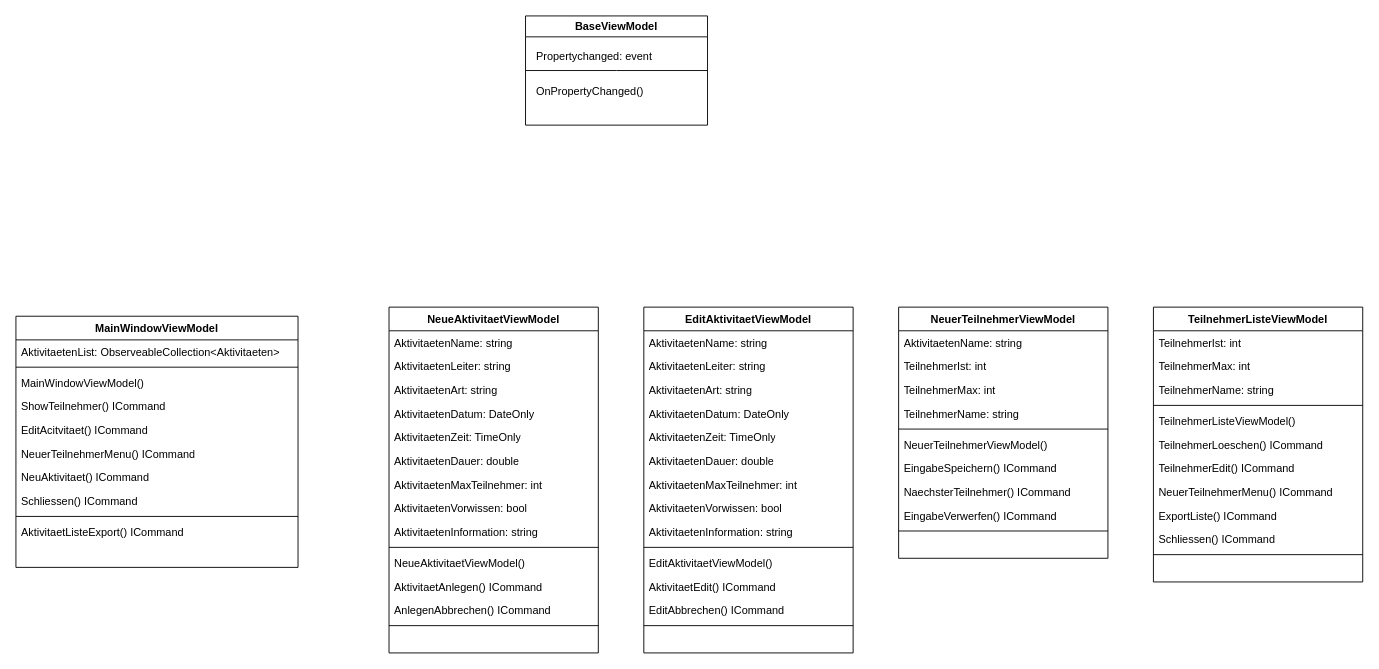
mastapetz/CVAVT keeps this draw.io diagram as CVAVT/Diagrams/UML_erweitert.drawio. Above is the earlier version. Source tidied: cells renumbered, new cells numbered last; positions are measured from the earlier drawing's top-left corner, leaving out a move shared by most shapes. Both pictures are drawn from the tidied source at 91%, with x=0, y=0 at pixel (15, 15).
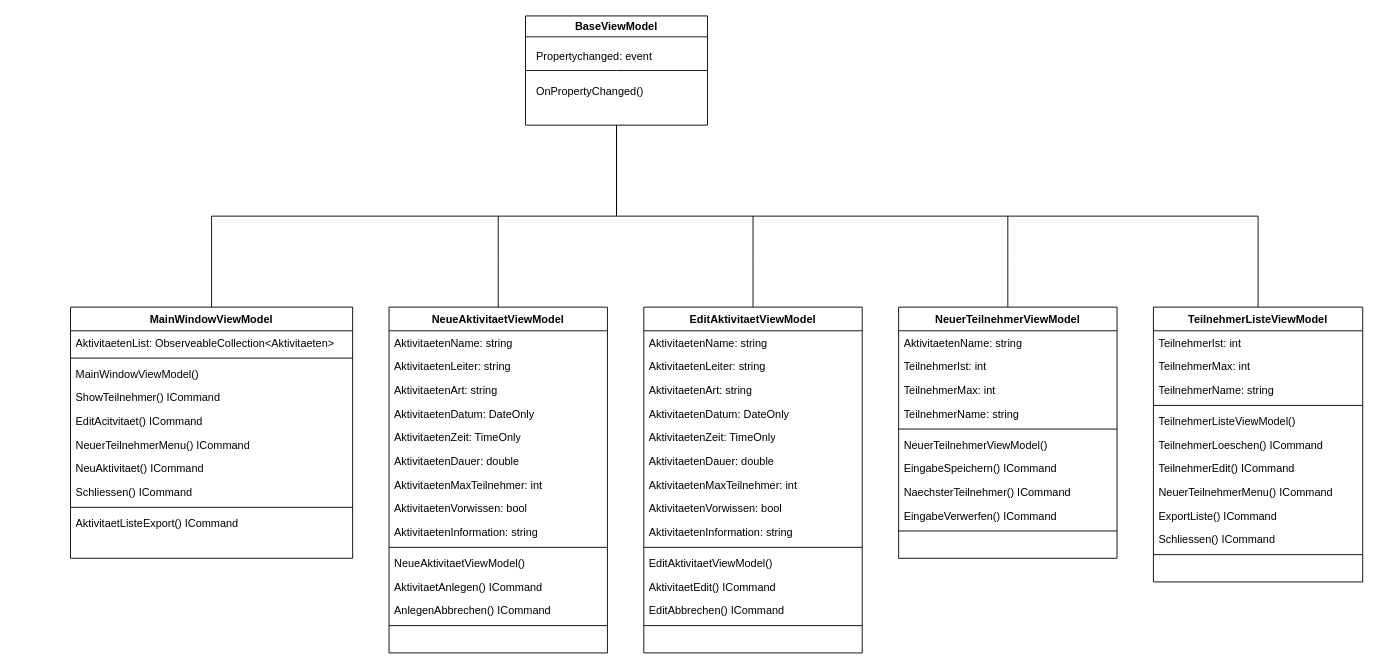
Above is the later version.

Commit message:
UML Erweiteret vorläufig abschluss

Unchanged cells that the change refers to:
```xml
<mxCell id="2" value="BaseViewModel" style="swimlane;whiteSpace=wrap;html=1;" parent="1" vertex="1">
  <mxGeometry x="560" width="200" height="120" as="geometry" />
</mxCell>
<mxCell id="62" value="TeilnehmerListeViewModel" style="swimlane;fontStyle=1;align=center;verticalAlign=top;horizontal=1;startSize=26;whiteSpace=wrap;html=1;" parent="1" vertex="1">
  <mxGeometry x="1250" y="320" width="230" height="302" as="geometry" />
</mxCell>
```

Diff of the diagram source:
```diff
@@
+    <mxCell id="75" style="edgeStyle=orthogonalEdgeStyle;rounded=0;jettySize=auto;html=1;exitX=0.5;exitY=0;exitDx=0;exitDy=0;endArrow=none;endFill=0;" parent="1" edge="1" source="6">
+      <mxGeometry relative="1" as="geometry">
+        <mxPoint x="530" y="220" as="targetPoint" />
+      </mxGeometry>
+    </mxCell>
     <mxCell id="6" value="NeueAktivitaetViewModel" style="swimlane;fontStyle=1;align=center;verticalAlign=top;horizontal=1;startSize=26;whiteSpace=wrap;html=1;" parent="1" vertex="1">
-      <mxGeometry x="410" y="320" width="230" height="380" as="geometry" />
+      <mxGeometry x="410" y="320" width="240" height="380" as="geometry" />
     </mxCell>
     <mxCell id="7" value="AktivitaetenName: string" style="text;strokeColor=none;fillColor=none;align=left;verticalAlign=top;spacingLeft=4;spacingRight=4;overflow=hidden;whiteSpace=wrap;html=1;" parent="6" vertex="1">
-      <mxGeometry y="26" width="230" height="26" as="geometry" />
+      <mxGeometry y="26" width="240" height="26" as="geometry" />
     </mxCell>
     <mxCell id="8" value="AktivitaetenLeiter: string" style="text;strokeColor=none;fillColor=none;align=left;verticalAlign=top;spacingLeft=4;spacingRight=4;overflow=hidden;whiteSpace=wrap;html=1;" parent="6" vertex="1">
-      <mxGeometry y="52" width="230" height="26" as="geometry" />
+      <mxGeometry y="52" width="240" height="26" as="geometry" />
     </mxCell>
     <mxCell id="9" value="AktivitaetenArt: string" style="text;strokeColor=none;fillColor=none;align=left;verticalAlign=top;spacingLeft=4;spacingRight=4;overflow=hidden;whiteSpace=wrap;html=1;" parent="6" vertex="1">
-      <mxGeometry y="78" width="230" height="26" as="geometry" />
+      <mxGeometry y="78" width="240" height="26" as="geometry" />
     </mxCell>
     <mxCell id="10" value="AktivitaetenDatum: DateOnly" style="text;strokeColor=none;fillColor=none;align=left;verticalAlign=top;spacingLeft=4;spacingRight=4;overflow=hidden;whiteSpace=wrap;html=1;" parent="6" vertex="1">
-      <mxGeometry y="104" width="230" height="26" as="geometry" />
+      <mxGeometry y="104" width="240" height="26" as="geometry" />
     </mxCell>
     <mxCell id="11" value="AktivitaetenZeit: TimeOnly" style="text;strokeColor=none;fillColor=none;align=left;verticalAlign=top;spacingLeft=4;spacingRight=4;overflow=hidden;whiteSpace=wrap;html=1;" parent="6" vertex="1">
-      <mxGeometry y="130" width="230" height="26" as="geometry" />
+      <mxGeometry y="130" width="240" height="26" as="geometry" />
     </mxCell>
     <mxCell id="12" value="AktivitaetenDauer: double" style="text;strokeColor=none;fillColor=none;align=left;verticalAlign=top;spacingLeft=4;spacingRight=4;overflow=hidden;whiteSpace=wrap;html=1;" parent="6" vertex="1">
-      <mxGeometry y="156" width="230" height="26" as="geometry" />
+      <mxGeometry y="156" width="240" height="26" as="geometry" />
     </mxCell>
     <mxCell id="13" value="AktivitaetenMaxTeilnehmer: int" style="text;strokeColor=none;fillColor=none;align=left;verticalAlign=top;spacingLeft=4;spacingRight=4;overflow=hidden;whiteSpace=wrap;html=1;" parent="6" vertex="1">
-      <mxGeometry y="182" width="230" height="26" as="geometry" />
+      <mxGeometry y="182" width="240" height="26" as="geometry" />
     </mxCell>
     <mxCell id="14" value="AktivitaetenVorwissen: bool" style="text;strokeColor=none;fillColor=none;align=left;verticalAlign=top;spacingLeft=4;spacingRight=4;overflow=hidden;whiteSpace=wrap;html=1;" parent="6" vertex="1">
-      <mxGeometry y="208" width="230" height="26" as="geometry" />
+      <mxGeometry y="208" width="240" height="26" as="geometry" />
     </mxCell>
     <mxCell id="15" value="AktivitaetenInformation: string" style="text;strokeColor=none;fillColor=none;align=left;verticalAlign=top;spacingLeft=4;spacingRight=4;overflow=hidden;whiteSpace=wrap;html=1;" parent="6" vertex="1">
-      <mxGeometry y="234" width="230" height="26" as="geometry" />
+      <mxGeometry y="234" width="240" height="26" as="geometry" />
     </mxCell>
     <mxCell id="16" style="line;strokeWidth=1;fillColor=none;align=left;verticalAlign=middle;spacingTop=-1;spacingLeft=3;spacingRight=3;labelPosition=right;strokeColor=inherit;" parent="6" vertex="1">
-      <mxGeometry y="260" width="230" height="8" as="geometry" />
+      <mxGeometry y="260" width="240" height="8" as="geometry" />
     </mxCell>
     <mxCell id="17" value="NeueAktivitaetViewModel()" style="text;strokeColor=none;fillColor=none;align=left;verticalAlign=top;spacingLeft=4;spacingRight=4;overflow=hidden;whiteSpace=wrap;html=1;" parent="6" vertex="1">
-      <mxGeometry y="268" width="230" height="26" as="geometry" />
+      <mxGeometry y="268" width="240" height="26" as="geometry" />
     </mxCell>
     <mxCell id="18" value="AktivitaetAnlegen() ICommand" style="text;strokeColor=none;fillColor=none;align=left;verticalAlign=top;spacingLeft=4;spacingRight=4;overflow=hidden;whiteSpace=wrap;html=1;" parent="6" vertex="1">
-      <mxGeometry y="294" width="230" height="26" as="geometry" />
+      <mxGeometry y="294" width="240" height="26" as="geometry" />
     </mxCell>
     <mxCell id="19" value="AnlegenAbbrechen() ICommand" style="text;strokeColor=none;fillColor=none;align=left;verticalAlign=top;spacingLeft=4;spacingRight=4;overflow=hidden;whiteSpace=wrap;html=1;" parent="6" vertex="1">
-      <mxGeometry y="320" width="230" height="26" as="geometry" />
+      <mxGeometry y="320" width="240" height="26" as="geometry" />
     </mxCell>
     <mxCell id="20" style="line;strokeWidth=1;fillColor=none;align=left;verticalAlign=middle;spacingTop=-1;spacingLeft=3;spacingRight=3;labelPosition=right;strokeColor=inherit;" parent="6" vertex="1">
-      <mxGeometry y="346" width="230" height="8" as="geometry" />
+      <mxGeometry y="346" width="240" height="8" as="geometry" />
     </mxCell>
     <mxCell id="21" style="text;strokeColor=none;fillColor=none;align=left;verticalAlign=top;spacingLeft=4;spacingRight=4;overflow=hidden;whiteSpace=wrap;html=1;" parent="6" vertex="1">
-      <mxGeometry y="354" width="230" height="26" as="geometry" />
+      <mxGeometry y="354" width="240" height="26" as="geometry" />
     </mxCell>
+    <mxCell id="76" style="edgeStyle=orthogonalEdgeStyle;rounded=0;jettySize=auto;html=1;exitX=0.5;exitY=0;exitDx=0;exitDy=0;entryX=0.5;entryY=1;entryDx=0;entryDy=0;endArrow=none;endFill=0;" parent="1" edge="1" source="22" target="2">
+      <mxGeometry relative="1" as="geometry" />
+    </mxCell>
     <mxCell id="22" value="MainWindowViewModel" style="swimlane;fontStyle=1;align=center;verticalAlign=top;horizontal=1;startSize=26;whiteSpace=wrap;html=1;" parent="1" vertex="1">
-      <mxGeometry y="330" width="310" height="276" as="geometry" />
+      <mxGeometry x="60" y="320" width="310" height="276" as="geometry" />
     </mxCell>
@@
+    <mxCell id="77" style="edgeStyle=orthogonalEdgeStyle;rounded=0;jettySize=auto;html=1;endArrow=none;endFill=0;" parent="1" edge="1" source="34">
+      <mxGeometry relative="1" as="geometry">
+        <mxPoint x="810" y="220" as="targetPoint" />
+      </mxGeometry>
+    </mxCell>
     <mxCell id="34" value="EditAktivitaetViewModel" style="swimlane;fontStyle=1;align=center;verticalAlign=top;horizontal=1;startSize=26;whiteSpace=wrap;html=1;" parent="1" vertex="1">
-      <mxGeometry x="690" y="320" width="230" height="380" as="geometry" />
+      <mxGeometry x="690" y="320" width="240" height="380" as="geometry" />
     </mxCell>
     <mxCell id="35" value="AktivitaetenName: string" style="text;strokeColor=none;fillColor=none;align=left;verticalAlign=top;spacingLeft=4;spacingRight=4;overflow=hidden;whiteSpace=wrap;html=1;" parent="34" vertex="1">
-      <mxGeometry y="26" width="230" height="26" as="geometry" />
+      <mxGeometry y="26" width="240" height="26" as="geometry" />
     </mxCell>
     <mxCell id="36" value="AktivitaetenLeiter: string" style="text;strokeColor=none;fillColor=none;align=left;verticalAlign=top;spacingLeft=4;spacingRight=4;overflow=hidden;whiteSpace=wrap;html=1;" parent="34" vertex="1">
-      <mxGeometry y="52" width="230" height="26" as="geometry" />
+      <mxGeometry y="52" width="240" height="26" as="geometry" />
     </mxCell>
     <mxCell id="37" value="AktivitaetenArt: string" style="text;strokeColor=none;fillColor=none;align=left;verticalAlign=top;spacingLeft=4;spacingRight=4;overflow=hidden;whiteSpace=wrap;html=1;" parent="34" vertex="1">
-      <mxGeometry y="78" width="230" height="26" as="geometry" />
+      <mxGeometry y="78" width="240" height="26" as="geometry" />
     </mxCell>
     <mxCell id="38" value="AktivitaetenDatum: DateOnly" style="text;strokeColor=none;fillColor=none;align=left;verticalAlign=top;spacingLeft=4;spacingRight=4;overflow=hidden;whiteSpace=wrap;html=1;" parent="34" vertex="1">
-      <mxGeometry y="104" width="230" height="26" as="geometry" />
+      <mxGeometry y="104" width="240" height="26" as="geometry" />
     </mxCell>
     <mxCell id="39" value="AktivitaetenZeit: TimeOnly" style="text;strokeColor=none;fillColor=none;align=left;verticalAlign=top;spacingLeft=4;spacingRight=4;overflow=hidden;whiteSpace=wrap;html=1;" parent="34" vertex="1">
-      <mxGeometry y="130" width="230" height="26" as="geometry" />
+      <mxGeometry y="130" width="240" height="26" as="geometry" />
     </mxCell>
     <mxCell id="40" value="AktivitaetenDauer: double" style="text;strokeColor=none;fillColor=none;align=left;verticalAlign=top;spacingLeft=4;spacingRight=4;overflow=hidden;whiteSpace=wrap;html=1;" parent="34" vertex="1">
-      <mxGeometry y="156" width="230" height="26" as="geometry" />
+      <mxGeometry y="156" width="240" height="26" as="geometry" />
     </mxCell>
     <mxCell id="41" value="AktivitaetenMaxTeilnehmer: int" style="text;strokeColor=none;fillColor=none;align=left;verticalAlign=top;spacingLeft=4;spacingRight=4;overflow=hidden;whiteSpace=wrap;html=1;" parent="34" vertex="1">
-      <mxGeometry y="182" width="230" height="26" as="geometry" />
+      <mxGeometry y="182" width="240" height="26" as="geometry" />
     </mxCell>
     <mxCell id="42" value="AktivitaetenVorwissen: bool" style="text;strokeColor=none;fillColor=none;align=left;verticalAlign=top;spacingLeft=4;spacingRight=4;overflow=hidden;whiteSpace=wrap;html=1;" parent="34" vertex="1">
-      <mxGeometry y="208" width="230" height="26" as="geometry" />
+      <mxGeometry y="208" width="240" height="26" as="geometry" />
     </mxCell>
     <mxCell id="43" value="AktivitaetenInformation: string" style="text;strokeColor=none;fillColor=none;align=left;verticalAlign=top;spacingLeft=4;spacingRight=4;overflow=hidden;whiteSpace=wrap;html=1;" parent="34" vertex="1">
-      <mxGeometry y="234" width="230" height="26" as="geometry" />
+      <mxGeometry y="234" width="240" height="26" as="geometry" />
     </mxCell>
     <mxCell id="44" style="line;strokeWidth=1;fillColor=none;align=left;verticalAlign=middle;spacingTop=-1;spacingLeft=3;spacingRight=3;labelPosition=right;strokeColor=inherit;" parent="34" vertex="1">
-      <mxGeometry y="260" width="230" height="8" as="geometry" />
+      <mxGeometry y="260" width="240" height="8" as="geometry" />
     </mxCell>
     <mxCell id="45" value="EditAktivitaetViewModel()" style="text;strokeColor=none;fillColor=none;align=left;verticalAlign=top;spacingLeft=4;spacingRight=4;overflow=hidden;whiteSpace=wrap;html=1;" parent="34" vertex="1">
-      <mxGeometry y="268" width="230" height="26" as="geometry" />
+      <mxGeometry y="268" width="240" height="26" as="geometry" />
     </mxCell>
     <mxCell id="46" value="AktivitaetEdit() ICommand" style="text;strokeColor=none;fillColor=none;align=left;verticalAlign=top;spacingLeft=4;spacingRight=4;overflow=hidden;whiteSpace=wrap;html=1;" parent="34" vertex="1">
-      <mxGeometry y="294" width="230" height="26" as="geometry" />
+      <mxGeometry y="294" width="240" height="26" as="geometry" />
     </mxCell>
     <mxCell id="47" value="EditAbbrechen() ICommand" style="text;strokeColor=none;fillColor=none;align=left;verticalAlign=top;spacingLeft=4;spacingRight=4;overflow=hidden;whiteSpace=wrap;html=1;" parent="34" vertex="1">
-      <mxGeometry y="320" width="230" height="26" as="geometry" />
+      <mxGeometry y="320" width="240" height="26" as="geometry" />
     </mxCell>
     <mxCell id="48" style="line;strokeWidth=1;fillColor=none;align=left;verticalAlign=middle;spacingTop=-1;spacingLeft=3;spacingRight=3;labelPosition=right;strokeColor=inherit;" parent="34" vertex="1">
-      <mxGeometry y="346" width="230" height="8" as="geometry" />
+      <mxGeometry y="346" width="240" height="8" as="geometry" />
     </mxCell>
     <mxCell id="49" style="text;strokeColor=none;fillColor=none;align=left;verticalAlign=top;spacingLeft=4;spacingRight=4;overflow=hidden;whiteSpace=wrap;html=1;" parent="34" vertex="1">
-      <mxGeometry y="354" width="230" height="26" as="geometry" />
+      <mxGeometry y="354" width="240" height="26" as="geometry" />
     </mxCell>
+    <mxCell id="78" style="edgeStyle=orthogonalEdgeStyle;rounded=0;jettySize=auto;html=1;exitX=0.5;exitY=0;exitDx=0;exitDy=0;endArrow=none;endFill=0;" parent="1" edge="1" source="50">
+      <mxGeometry relative="1" as="geometry">
+        <mxPoint x="1090" y="220" as="targetPoint" />
+      </mxGeometry>
+    </mxCell>
     <mxCell id="50" value="NeuerTeilnehmerViewModel" style="swimlane;fontStyle=1;align=center;verticalAlign=top;horizontal=1;startSize=26;whiteSpace=wrap;html=1;" parent="1" vertex="1">
-      <mxGeometry x="970" y="320" width="230" height="276" as="geometry" />
+      <mxGeometry x="970" y="320" width="240" height="276" as="geometry" />
     </mxCell>
     <mxCell id="51" value="AktivitaetenName: string" style="text;strokeColor=none;fillColor=none;align=left;verticalAlign=top;spacingLeft=4;spacingRight=4;overflow=hidden;whiteSpace=wrap;html=1;" parent="50" vertex="1">
-      <mxGeometry y="26" width="230" height="26" as="geometry" />
+      <mxGeometry y="26" width="240" height="26" as="geometry" />
     </mxCell>
     <mxCell id="52" value="TeilnehmerIst: int" style="text;strokeColor=none;fillColor=none;align=left;verticalAlign=top;spacingLeft=4;spacingRight=4;overflow=hidden;whiteSpace=wrap;html=1;" parent="50" vertex="1">
-      <mxGeometry y="52" width="230" height="26" as="geometry" />
+      <mxGeometry y="52" width="240" height="26" as="geometry" />
     </mxCell>
     <mxCell id="53" value="TeilnehmerMax: int" style="text;strokeColor=none;fillColor=none;align=left;verticalAlign=top;spacingLeft=4;spacingRight=4;overflow=hidden;whiteSpace=wrap;html=1;" parent="50" vertex="1">
-      <mxGeometry y="78" width="230" height="26" as="geometry" />
+      <mxGeometry y="78" width="240" height="26" as="geometry" />
     </mxCell>
     <mxCell id="54" value="TeilnehmerName: string" style="text;strokeColor=none;fillColor=none;align=left;verticalAlign=top;spacingLeft=4;spacingRight=4;overflow=hidden;whiteSpace=wrap;html=1;" parent="50" vertex="1">
-      <mxGeometry y="104" width="230" height="26" as="geometry" />
+      <mxGeometry y="104" width="240" height="26" as="geometry" />
     </mxCell>
     <mxCell id="55" style="line;strokeWidth=1;fillColor=none;align=left;verticalAlign=middle;spacingTop=-1;spacingLeft=3;spacingRight=3;labelPosition=right;strokeColor=inherit;" parent="50" vertex="1">
-      <mxGeometry y="130" width="230" height="8" as="geometry" />
+      <mxGeometry y="130" width="240" height="8" as="geometry" />
     </mxCell>
     <mxCell id="56" value="NeuerTeilnehmerViewModel()" style="text;strokeColor=none;fillColor=none;align=left;verticalAlign=top;spacingLeft=4;spacingRight=4;overflow=hidden;whiteSpace=wrap;html=1;" parent="50" vertex="1">
-      <mxGeometry y="138" width="230" height="26" as="geometry" />
+      <mxGeometry y="138" width="240" height="26" as="geometry" />
     </mxCell>
     <mxCell id="57" value="EingabeSpeichern() ICommand" style="text;strokeColor=none;fillColor=none;align=left;verticalAlign=top;spacingLeft=4;spacingRight=4;overflow=hidden;whiteSpace=wrap;html=1;" parent="50" vertex="1">
-      <mxGeometry y="164" width="230" height="26" as="geometry" />
+      <mxGeometry y="164" width="240" height="26" as="geometry" />
     </mxCell>
     <mxCell id="58" value="NaechsterTeilnehmer() ICommand" style="text;strokeColor=none;fillColor=none;align=left;verticalAlign=top;spacingLeft=4;spacingRight=4;overflow=hidden;whiteSpace=wrap;html=1;" parent="50" vertex="1">
-      <mxGeometry y="190" width="230" height="26" as="geometry" />
+      <mxGeometry y="190" width="240" height="26" as="geometry" />
     </mxCell>
     <mxCell id="59" value="EingabeVerwerfen() ICommand" style="text;strokeColor=none;fillColor=none;align=left;verticalAlign=top;spacingLeft=4;spacingRight=4;overflow=hidden;whiteSpace=wrap;html=1;" parent="50" vertex="1">
-      <mxGeometry y="216" width="230" height="26" as="geometry" />
+      <mxGeometry y="216" width="240" height="26" as="geometry" />
     </mxCell>
     <mxCell id="60" style="line;strokeWidth=1;fillColor=none;align=left;verticalAlign=middle;spacingTop=-1;spacingLeft=3;spacingRight=3;labelPosition=right;strokeColor=inherit;" parent="50" vertex="1">
-      <mxGeometry y="242" width="230" height="8" as="geometry" />
+      <mxGeometry y="242" width="240" height="8" as="geometry" />
     </mxCell>
     <mxCell id="61" style="text;strokeColor=none;fillColor=none;align=left;verticalAlign=top;spacingLeft=4;spacingRight=4;overflow=hidden;whiteSpace=wrap;html=1;" parent="50" vertex="1">
-      <mxGeometry y="250" width="230" height="26" as="geometry" />
+      <mxGeometry y="250" width="240" height="26" as="geometry" />
     </mxCell>
+    <mxCell id="79" style="edgeStyle=orthogonalEdgeStyle;rounded=0;jettySize=auto;html=1;exitX=0.5;exitY=0;exitDx=0;exitDy=0;entryX=0.5;entryY=1;entryDx=0;entryDy=0;endArrow=none;endFill=0;" parent="1" edge="1" source="62" target="2">
+      <mxGeometry relative="1" as="geometry" />
+    </mxCell>
```
